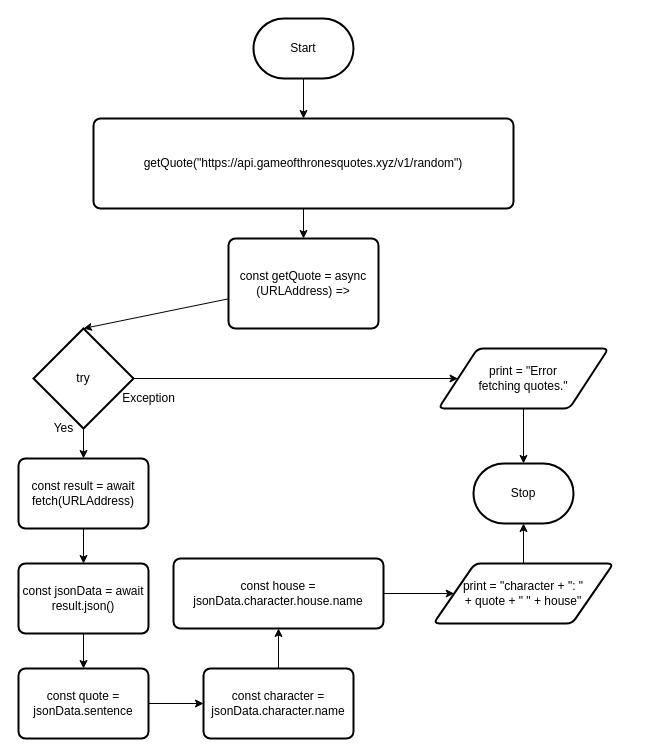
Above: design/flowchart.drawio in Evgeny-Vovk/ICS2O-Assignment6-HTML (draw.io), before the change. Source tidied: cells renumbered, new cells numbered last; positions are measured from the earlier drawing's top-left corner, leaving out a move shared by most shapes. Both pictures are drawn from the tidied source at 100%, with x=0, y=0 at pixel (18, 18).
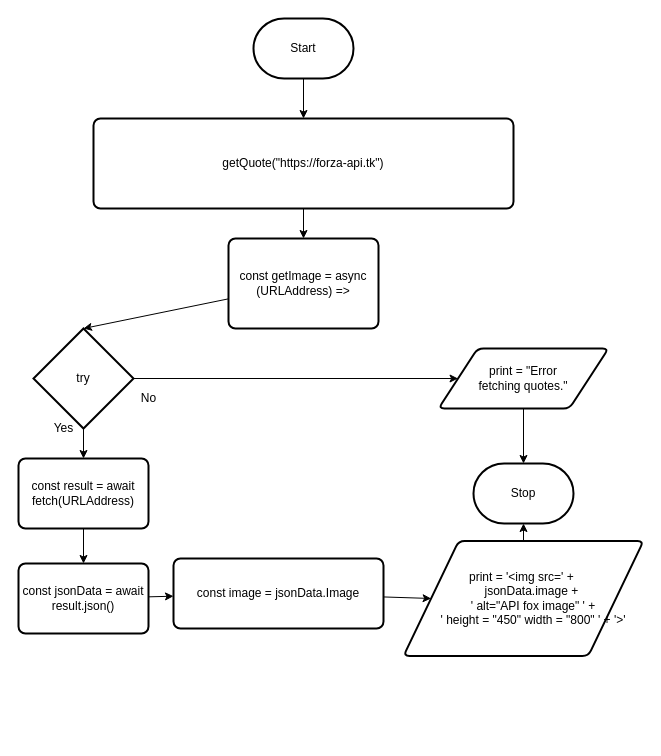
The same diagram, later.

The change refers to these unchanged cells:
```xml
<mxCell id="14" value="const jsonData = await result.json()" style="rounded=1;whiteSpace=wrap;html=1;absoluteArcSize=1;arcSize=14;strokeWidth=2;" parent="1" vertex="1">
  <mxGeometry y="545" width="130" height="70" as="geometry" />
</mxCell>
```

Change to the diagram source:
```diff
@@
-    <mxCell id="5" value="getQuote(&quot;https://api.gameofthronesquotes.xyz/v1/random&quot;)" style="rounded=1;whiteSpace=wrap;html=1;absoluteArcSize=1;arcSize=14;strokeWidth=2;" parent="1" vertex="1">
+    <mxCell id="5" value="getQuote(&quot;https://forza-api.tk&quot;)" style="rounded=1;whiteSpace=wrap;html=1;absoluteArcSize=1;arcSize=14;strokeWidth=2;" parent="1" vertex="1">
       <mxGeometry x="75" y="100" width="420" height="90" as="geometry" />
     </mxCell>
@@
-    <mxCell id="7" value="const getQuote = async (URLAddress) =&gt;" style="rounded=1;whiteSpace=wrap;html=1;absoluteArcSize=1;arcSize=14;strokeWidth=2;" parent="1" vertex="1">
+    <mxCell id="7" value="const getImage = async (URLAddress) =&amp;gt;" style="rounded=1;whiteSpace=wrap;html=1;absoluteArcSize=1;arcSize=14;strokeWidth=2;" parent="1" vertex="1">
       <mxGeometry x="210" y="220" width="150" height="90" as="geometry" />
     </mxCell>
@@
-    <mxCell id="13" style="edgeStyle=none;html=1;entryX=0.5;entryY=0;entryDx=0;entryDy=0;" parent="1" edge="1" source="14" target="17">
-      <mxGeometry relative="1" as="geometry" />
-    </mxCell>
+    <mxCell id="28" style="edgeStyle=none;html=1;" parent="1" edge="1" source="14" target="21">
+      <mxGeometry relative="1" as="geometry" />
+    </mxCell>
@@
-    <mxCell id="16" style="edgeStyle=none;html=1;entryX=0;entryY=0.5;entryDx=0;entryDy=0;" parent="1" edge="1" source="17" target="19">
-      <mxGeometry relative="1" as="geometry" />
-    </mxCell>
-    <mxCell id="17" value="const quote = jsonData.sentence" style="rounded=1;whiteSpace=wrap;html=1;absoluteArcSize=1;arcSize=14;strokeWidth=2;" parent="1" vertex="1">
-      <mxGeometry y="650" width="130" height="70" as="geometry" />
-    </mxCell>
-    <mxCell id="18" style="edgeStyle=none;html=1;entryX=0.5;entryY=1;entryDx=0;entryDy=0;" parent="1" edge="1" source="19" target="21">
-      <mxGeometry relative="1" as="geometry" />
-    </mxCell>
-    <mxCell id="19" value="const character = jsonData.character.name" style="rounded=1;whiteSpace=wrap;html=1;absoluteArcSize=1;arcSize=14;strokeWidth=2;" parent="1" vertex="1">
-      <mxGeometry x="185" y="650" width="150" height="70" as="geometry" />
-    </mxCell>
@@
-    <mxCell id="21" value="const house = jsonData.character.house.name" style="rounded=1;whiteSpace=wrap;html=1;absoluteArcSize=1;arcSize=14;strokeWidth=2;" parent="1" vertex="1">
+    <mxCell id="21" value="const image = jsonData.Image" style="rounded=1;whiteSpace=wrap;html=1;absoluteArcSize=1;arcSize=14;strokeWidth=2;" parent="1" vertex="1">
       <mxGeometry x="155" y="540" width="210" height="70" as="geometry" />
     </mxCell>
@@
-    <mxCell id="23" value="print = &quot;character + &quot;: &quot; &lt;br&gt;+ quote + &quot; &quot; + house&quot;" style="shape=parallelogram;html=1;strokeWidth=2;perimeter=parallelogramPerimeter;whiteSpace=wrap;rounded=1;arcSize=12;size=0.23;" parent="1" vertex="1">
-      <mxGeometry x="415" y="545" width="180" height="60" as="geometry" />
+    <mxCell id="23" value="print =&amp;nbsp;&lt;span&gt;'&amp;lt;img src=' +&amp;nbsp;&lt;/span&gt;&lt;div&gt;&amp;nbsp; &amp;nbsp; &amp;nbsp; jsonData.image +&amp;nbsp;&lt;/div&gt;&lt;div&gt;&amp;nbsp; &amp;nbsp; &amp;nbsp; ' alt=&quot;API fox image&quot; ' +&lt;/div&gt;&lt;div&gt;&amp;nbsp; &amp;nbsp; &amp;nbsp; ' height = &quot;450&quot; width = &quot;800&quot; ' +&amp;nbsp;&lt;span&gt;'&amp;gt;'&lt;/span&gt;&lt;/div&gt;" style="shape=parallelogram;html=1;strokeWidth=2;perimeter=parallelogramPerimeter;whiteSpace=wrap;rounded=1;arcSize=12;size=0.23;" parent="1" vertex="1">
+      <mxGeometry x="385" y="522.5" width="240" height="115" as="geometry" />
     </mxCell>
@@
-    <mxCell id="27" value="Exception" style="text;html=1;align=center;verticalAlign=middle;strokeColor=none;fillColor=none;" parent="1" vertex="1">
-      <mxGeometry x="95" y="370" width="70" height="20" as="geometry" />
+    <mxCell id="27" value="No" style="text;html=1;align=center;verticalAlign=middle;strokeColor=none;fillColor=none;" parent="1" vertex="1">
+      <mxGeometry x="115" y="370" width="30" height="20" as="geometry" />
     </mxCell>
```
